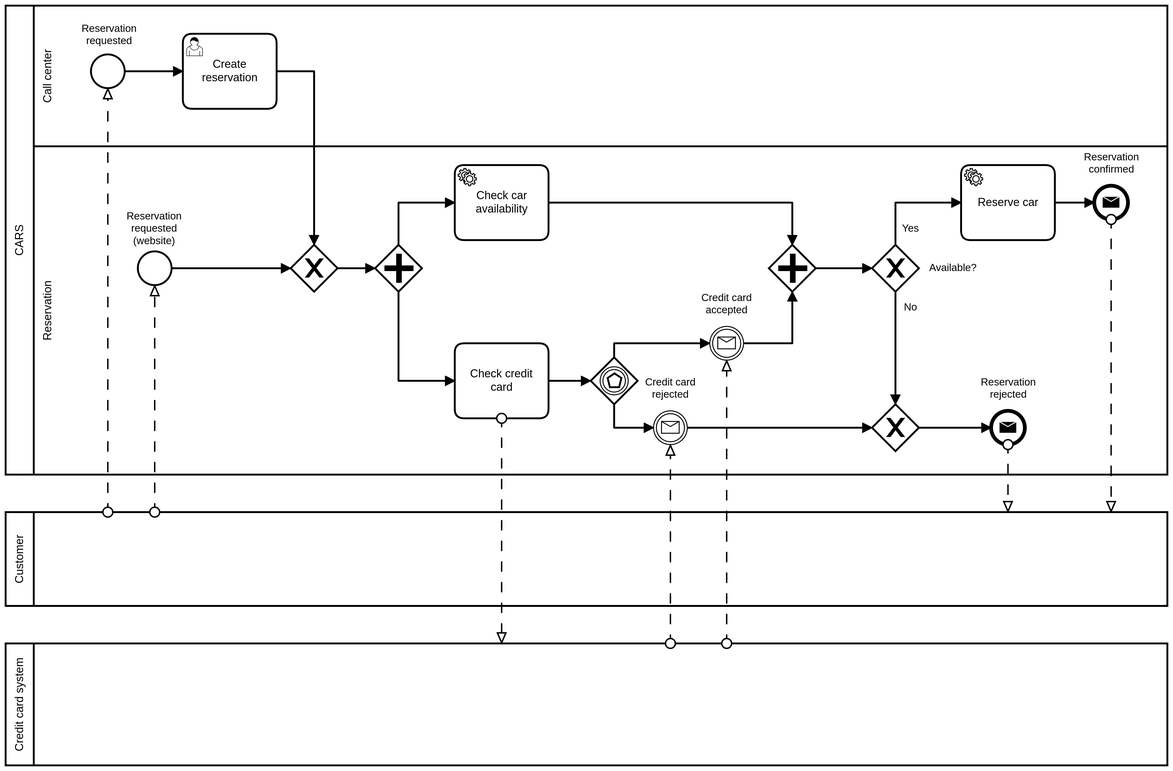
The BPMN diagram car_rental/models/reservation_process.png in franco-ruggeri/polito-information-systems, before a commit. Its source is kept beside it as car_rental/models/reservation_process.bpmn. Ids are renumbered.
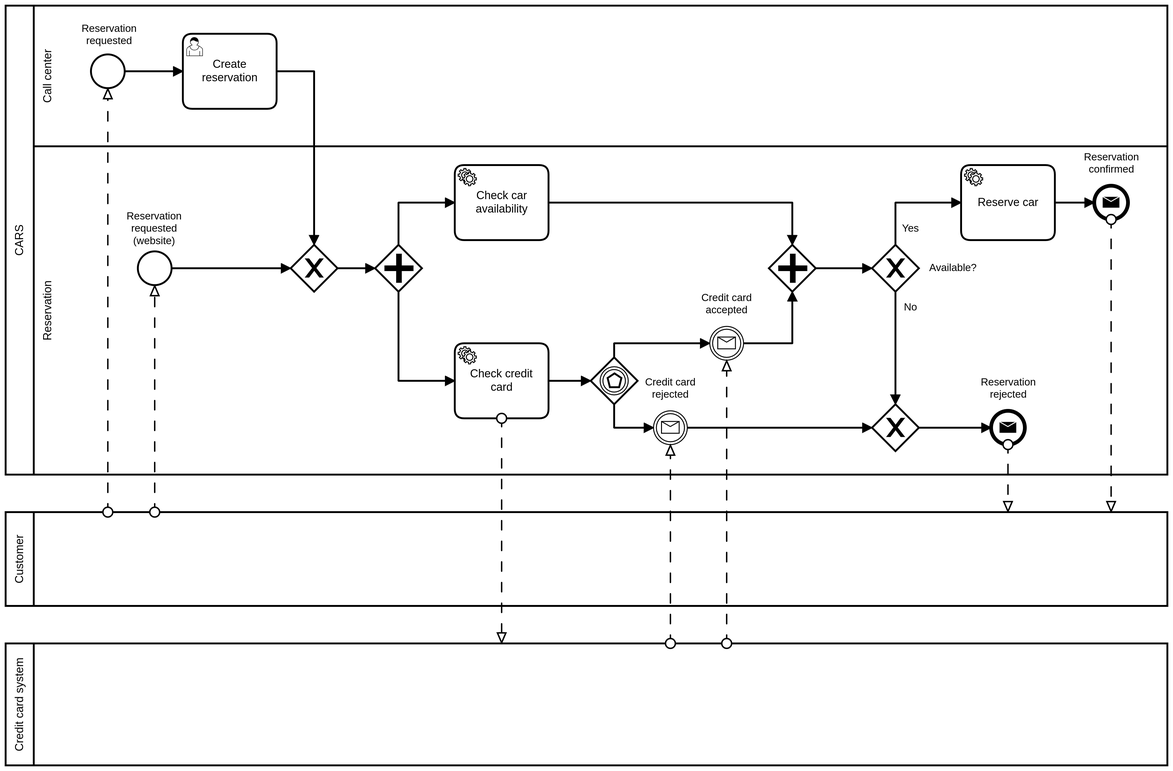
After the commit.

Commit message:
Minor changes in all processes BPMN

Change to the diagram source:
```diff
@@ -30,8 +30,8 @@
         <bpmn:flowNodeRef>Gateway_n31</bpmn:flowNodeRef>
         <bpmn:flowNodeRef>Event_n11</bpmn:flowNodeRef>
         <bpmn:flowNodeRef>Gateway_n32</bpmn:flowNodeRef>
+        <bpmn:flowNodeRef>Activity_n33</bpmn:flowNodeRef>
         <bpmn:flowNodeRef>Activity_n21</bpmn:flowNodeRef>
-        <bpmn:flowNodeRef>Activity_n33</bpmn:flowNodeRef>
       </bpmn:lane>
     </bpmn:laneSet>
     <bpmn:sequenceFlow id="Flow_n34" sourceRef="StartEvent_1" targetRef="Activity_n24" />
@@ -113,13 +113,13 @@
       <bpmn:incoming>Flow_n40</bpmn:incoming>
       <bpmn:outgoing>Flow_n47</bpmn:outgoing>
     </bpmn:parallelGateway>
-    <bpmn:task id="Activity_n21" name="Check credit card">
-      <bpmn:incoming>Flow_n43</bpmn:incoming>
-      <bpmn:outgoing>Flow_n54</bpmn:outgoing>
-    </bpmn:task>
     <bpmn:serviceTask id="Activity_n33" name="Check car availability">
       <bpmn:incoming>Flow_n38</bpmn:incoming>
       <bpmn:outgoing>Flow_n39</bpmn:outgoing>
+    </bpmn:serviceTask>
+    <bpmn:serviceTask id="Activity_n21" name="Check credit card">
+      <bpmn:incoming>Flow_n43</bpmn:incoming>
+      <bpmn:outgoing>Flow_n54</bpmn:outgoing>
     </bpmn:serviceTask>
   </bpmn:process>
   <bpmn:process id="Process_n6" isExecutable="false" />
@@ -280,11 +280,11 @@
       <bpmndi:BPMNShape id="Gateway_n32_di" bpmnElement="Gateway_n32">
         <dc:Bounds x="935" y="335" width="50" height="50" />
       </bpmndi:BPMNShape>
-      <bpmndi:BPMNShape id="Activity_n21_di" bpmnElement="Activity_n21">
-        <dc:Bounds x="600" y="440" width="100" height="80" />
-      </bpmndi:BPMNShape>
       <bpmndi:BPMNShape id="Activity_1927os1_di" bpmnElement="Activity_n33">
         <dc:Bounds x="600" y="250" width="100" height="80" />
+      </bpmndi:BPMNShape>
+      <bpmndi:BPMNShape id="Activity_0c8jy6v_di" bpmnElement="Activity_n21">
+        <dc:Bounds x="600" y="440" width="100" height="80" />
       </bpmndi:BPMNShape>
       <bpmndi:BPMNShape id="Participant_n5_di" bpmnElement="Participant_n5" isHorizontal="true">
         <dc:Bounds x="121" y="620" width="1239" height="100" />
```
